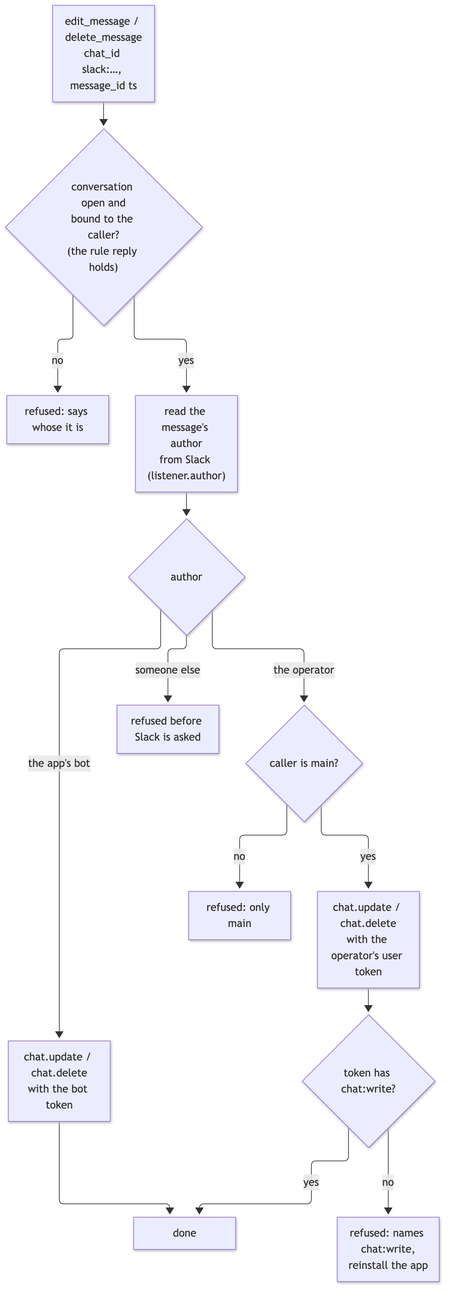
Earlier version of the Mermaid export diagrams/flow-slack-edit.png (sf8193/hydra). Its source is kept beside it as diagrams/flow-slack-edit.mmd.
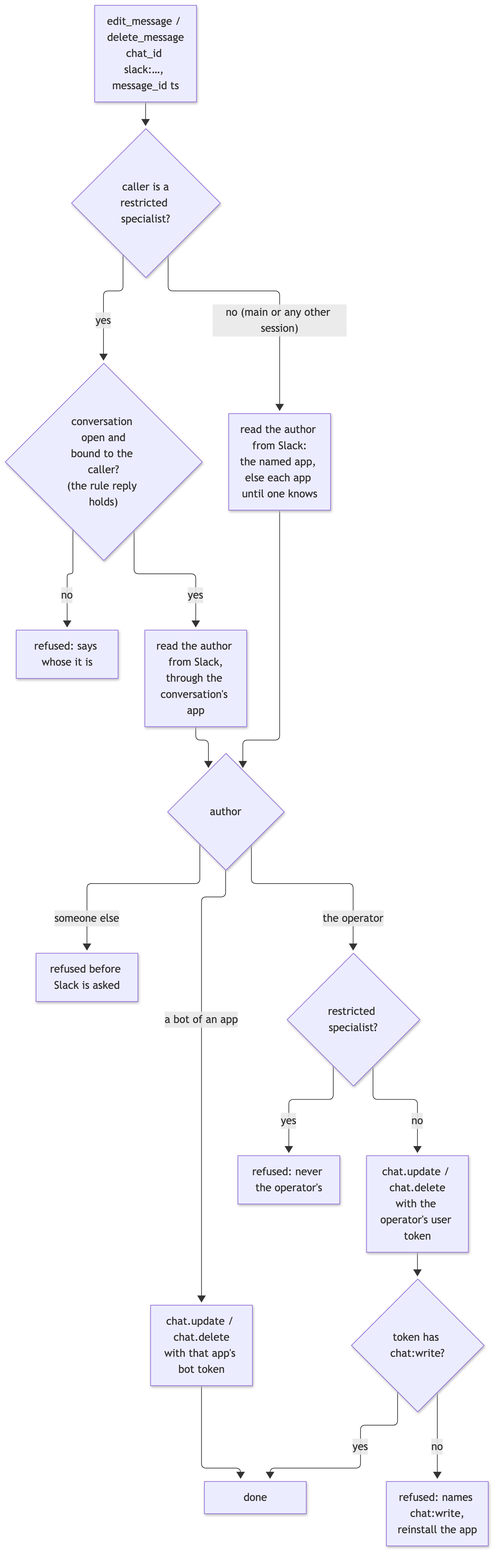
Above is the later version.

Commit message:
edit_message and delete_message reach any Slack message hydra can write

What changed in the source:
```diff
@@ -1,15 +1,18 @@
 
 flowchart TD
-    call["edit_message / delete_message<br/>chat_id slack:…, message_id ts"] --> open{"conversation open and<br/>bound to the caller?<br/>(the rule reply holds)"}
+    call["edit_message / delete_message<br/>chat_id slack:…, message_id ts"] --> who{"caller is a<br/>restricted specialist?"}
+    who -- yes --> open{"conversation open and<br/>bound to the caller?<br/>(the rule reply holds)"}
     open -- no --> r1["refused: says whose it is"]
-    open -- yes --> who["read the message's author<br/>from Slack (listener.author)"]
-    who --> a{"author"}
-    a -- "the app's bot" --> bot["chat.update / chat.delete<br/>with the bot token"]
+    open -- yes --> ra["read the author from Slack,<br/>through the conversation's app"]
+    who -- "no (main or any other session)" --> fa["read the author from Slack:<br/>the named app, else each app until one knows"]
+    ra --> a{"author"}
+    fa --> a
     a -- "someone else" --> r2["refused before Slack is asked"]
-    a -- "the operator" --> m{"caller is main?"}
-    m -- no --> r3["refused: only main"]
-    m -- yes --> op["chat.update / chat.delete<br/>with the operator's user token"]
-    op --> s{"token has chat:write?"}
+    a -- "a bot of an app" --> bot["chat.update / chat.delete<br/>with that app's bot token"]
+    a -- "the operator" --> op{"restricted specialist?"}
+    op -- yes --> r3["refused: never the operator's"]
+    op -- no --> tok["chat.update / chat.delete<br/>with the operator's user token"]
+    tok --> s{"token has chat:write?"}
     s -- no --> r4["refused: names chat:write,<br/>reinstall the app"]
     s -- yes --> done["done"]
     bot --> done
```
